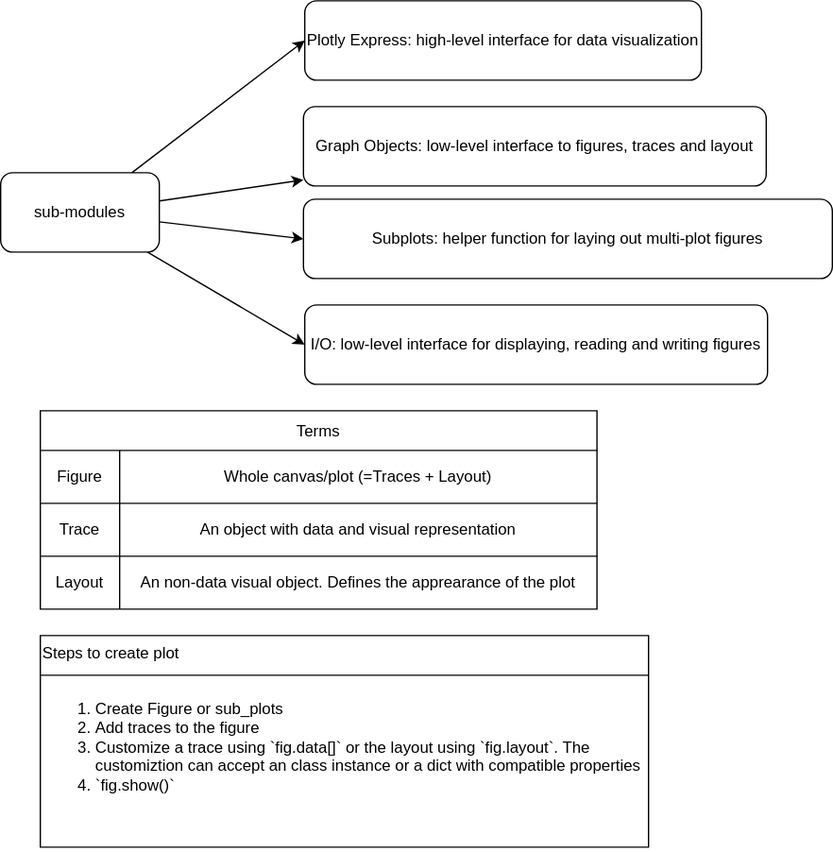
Above: src/content/docs/Python/packages/plotly.drawio.svg in ritesh28/cheats-starlight (draw.io), before the change. Source tidied: cells renumbered, new cells last; positions are measured from the earlier drawing's top-left corner, leaving out a move shared by most shapes.
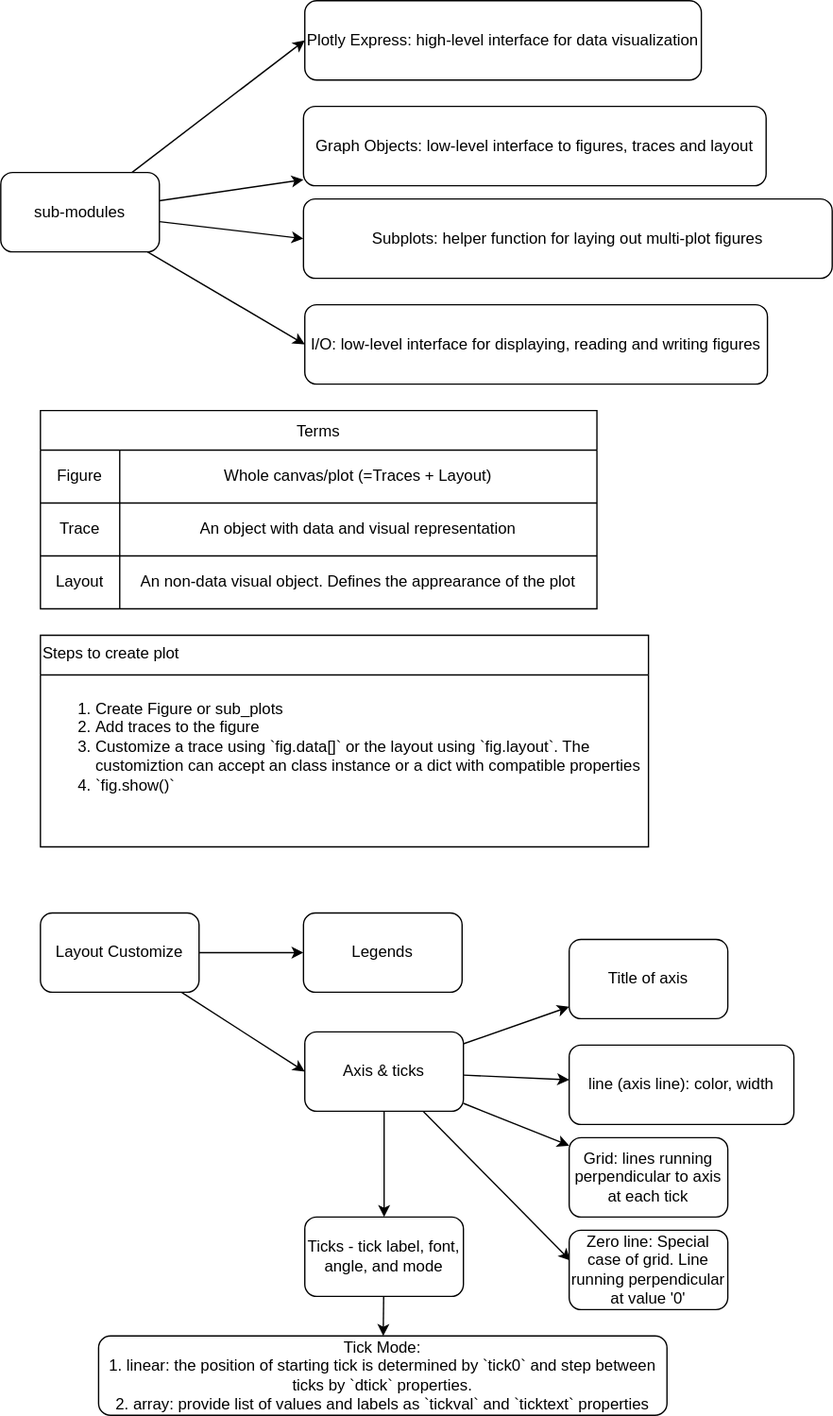
The same file after the commit.

Change to the diagram source:
```diff
@@ -68,5 +68,56 @@
     <mxCell id="23" value="&lt;ol&gt;&lt;li style=&quot;&quot;&gt;Create Figure or sub_plots&lt;/li&gt;&lt;li style=&quot;&quot;&gt;Add traces to the figure&lt;/li&gt;&lt;li style=&quot;&quot;&gt;Customize a trace using `fig.data[]` or the layout using `fig.layout`. The customiztion can accept an class instance or a dict with compatible properties&lt;/li&gt;&lt;li style=&quot;&quot;&gt;`fig.show()`&lt;/li&gt;&lt;/ol&gt;" style="shape=partialRectangle;html=1;whiteSpace=wrap;strokeColor=inherit;overflow=hidden;fillColor=none;top=0;left=0;bottom=0;right=0;align=left;verticalAlign=top;" parent="22" vertex="1">
       <mxGeometry width="460" height="130" as="geometry" />
     </mxCell>
+    <mxCell id="24" style="edgeStyle=none;html=1;" parent="1" edge="1" source="26" target="27">
+      <mxGeometry relative="1" as="geometry" />
+    </mxCell>
+    <mxCell id="25" style="edgeStyle=none;html=1;entryX=0;entryY=0.5;entryDx=0;entryDy=0;" parent="1" edge="1" source="26" target="33">
+      <mxGeometry relative="1" as="geometry" />
+    </mxCell>
+    <mxCell id="26" value="Layout Customize" style="rounded=1;whiteSpace=wrap;html=1;" parent="1" vertex="1">
+      <mxGeometry x="30" y="690" width="120" height="60" as="geometry" />
+    </mxCell>
+    <mxCell id="27" value="Legends" style="rounded=1;whiteSpace=wrap;html=1;" parent="1" vertex="1">
+      <mxGeometry x="229" y="690" width="120" height="60" as="geometry" />
+    </mxCell>
+    <mxCell id="28" style="edgeStyle=none;html=1;" parent="1" edge="1" source="33" target="34">
+      <mxGeometry relative="1" as="geometry" />
+    </mxCell>
+    <mxCell id="29" style="edgeStyle=none;html=1;" parent="1" edge="1" source="33" target="36">
+      <mxGeometry relative="1" as="geometry" />
+    </mxCell>
+    <mxCell id="30" style="edgeStyle=none;html=1;" parent="1" edge="1" source="33" target="38">
+      <mxGeometry relative="1" as="geometry" />
+    </mxCell>
+    <mxCell id="31" style="edgeStyle=none;html=1;entryX=0.008;entryY=0.383;entryDx=0;entryDy=0;entryPerimeter=0;" parent="1" edge="1" source="33" target="39">
+      <mxGeometry relative="1" as="geometry" />
+    </mxCell>
+    <mxCell id="32" style="edgeStyle=none;html=1;" parent="1" edge="1" source="33" target="40">
+      <mxGeometry relative="1" as="geometry" />
+    </mxCell>
+    <mxCell id="33" value="Axis &amp;amp; ticks" style="rounded=1;whiteSpace=wrap;html=1;" parent="1" vertex="1">
+      <mxGeometry x="230" y="780" width="120" height="60" as="geometry" />
+    </mxCell>
+    <mxCell id="34" value="&lt;div&gt;&lt;span style=&quot;background-color: transparent;&quot;&gt;Title of axis&lt;/span&gt;&lt;/div&gt;" style="rounded=1;whiteSpace=wrap;html=1;" parent="1" vertex="1">
+      <mxGeometry x="430" y="710" width="120" height="60" as="geometry" />
+    </mxCell>
+    <mxCell id="35" style="edgeStyle=none;html=1;" parent="1" edge="1" source="36" target="37">
+      <mxGeometry relative="1" as="geometry" />
+    </mxCell>
+    <mxCell id="36" value="Ticks - tick label, font, angle, and mode" style="rounded=1;whiteSpace=wrap;html=1;" parent="1" vertex="1">
+      <mxGeometry x="230" y="920" width="120" height="60" as="geometry" />
+    </mxCell>
+    <mxCell id="37" value="Tick Mode:&lt;div&gt;1. linear:&amp;nbsp;the position of starting tick is determined by `tick0` and step between ticks by `dtick` properties.&lt;/div&gt;&lt;div&gt;2. array:&amp;nbsp;provide list of values and labels as `tickval` and `ticktext` properties&lt;/div&gt;" style="rounded=1;whiteSpace=wrap;html=1;" parent="1" vertex="1">
+      <mxGeometry x="74" y="1010" width="430" height="60" as="geometry" />
+    </mxCell>
+    <mxCell id="38" value="Grid: lines running perpendicular to axis at each tick" style="rounded=1;whiteSpace=wrap;html=1;" parent="1" vertex="1">
+      <mxGeometry x="430" y="860" width="120" height="60" as="geometry" />
+    </mxCell>
+    <mxCell id="39" value="Zero line: Special case of grid. Line running perpendicular at value '0'" style="rounded=1;whiteSpace=wrap;html=1;" parent="1" vertex="1">
+      <mxGeometry x="430" y="930" width="120" height="60" as="geometry" />
+    </mxCell>
+    <mxCell id="40" value="line (axis line): color, width" style="rounded=1;whiteSpace=wrap;html=1;" parent="1" vertex="1">
+      <mxGeometry x="430" y="790" width="170" height="60" as="geometry" />
+    </mxCell>
   </root>
 </mxGraphModel>
```
